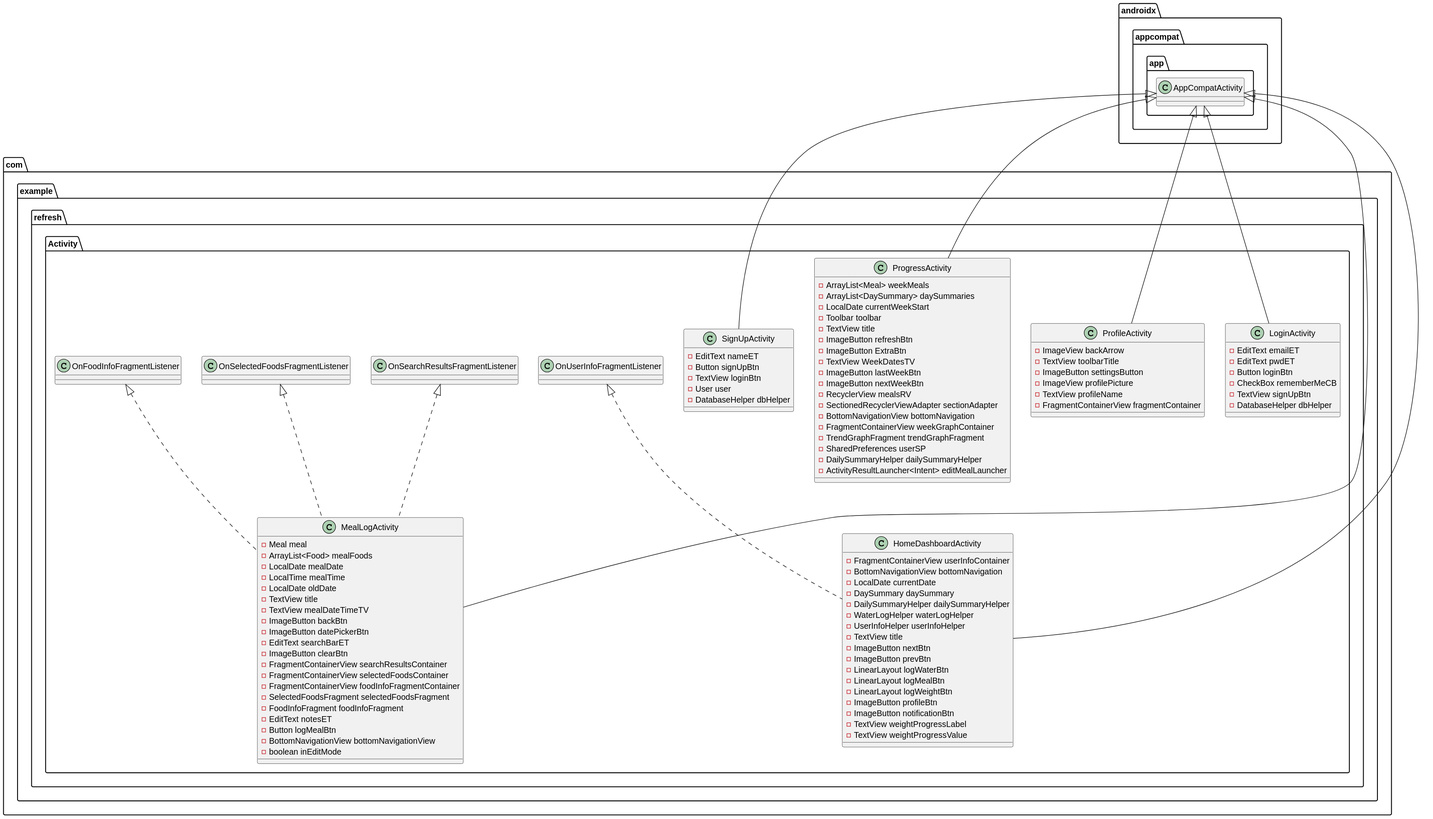
This is Project UML/ActivityUML.svg from Lumini01/Refresh, a PlantUML export, as it was before one commit.
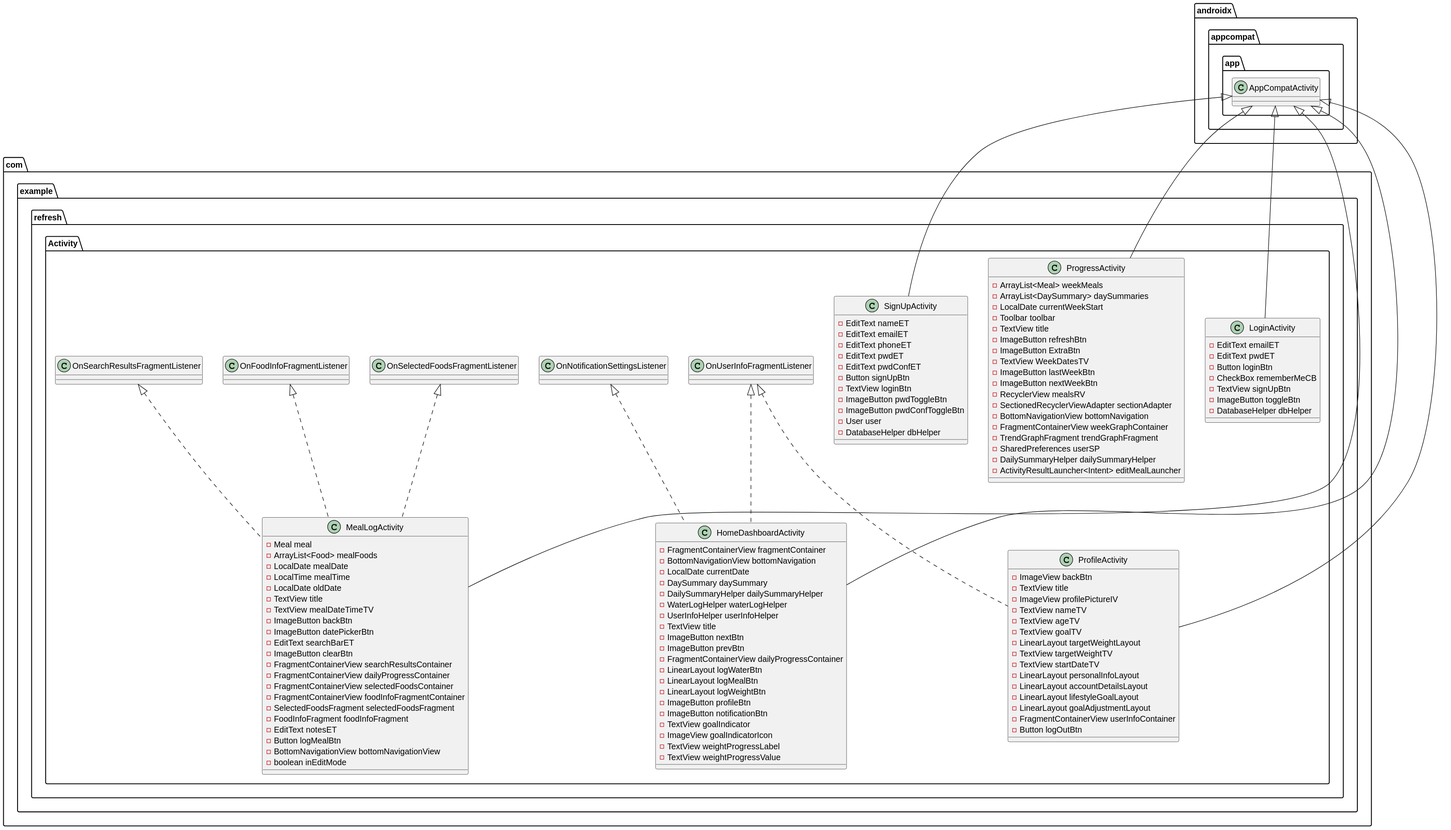
Later version of the same file.

Change to the diagram source:
```diff
@@ -22,8 +22,14 @@
 
 class com.example.refresh.Activity.SignUpActivity {
 - EditText nameET
+- EditText emailET
+- EditText phoneET
+- EditText pwdET
+- EditText pwdConfET
 - Button signUpBtn
 - TextView loginBtn
+- ImageButton pwdToggleBtn
+- ImageButton pwdConfToggleBtn
 - User user
 - DatabaseHelper dbHelper
 }
@@ -34,11 +40,12 @@
 - Button loginBtn
 - CheckBox rememberMeCB
 - TextView signUpBtn
+- ImageButton toggleBtn
 - DatabaseHelper dbHelper
 }
 
 class com.example.refresh.Activity.HomeDashboardActivity {
-- FragmentContainerView userInfoContainer
+- FragmentContainerView fragmentContainer
 - BottomNavigationView bottomNavigation
 - LocalDate currentDate
 - DaySummary daySummary
@@ -48,11 +55,14 @@
 - TextView title
 - ImageButton nextBtn
 - ImageButton prevBtn
+- FragmentContainerView dailyProgressContainer
 - LinearLayout logWaterBtn
 - LinearLayout logMealBtn
 - LinearLayout logWeightBtn
 - ImageButton profileBtn
 - ImageButton notificationBtn
+- TextView goalIndicator
+- ImageView goalIndicatorIcon
 - TextView weightProgressLabel
 - TextView weightProgressValue
 }
@@ -70,6 +80,7 @@
 - EditText searchBarET
 - ImageButton clearBtn
 - FragmentContainerView searchResultsContainer
+- FragmentContainerView dailyProgressContainer
 - FragmentContainerView selectedFoodsContainer
 - FragmentContainerView foodInfoFragmentContainer
 - SelectedFoodsFragment selectedFoodsFragment
@@ -81,12 +92,21 @@
 }
 
 class com.example.refresh.Activity.ProfileActivity {
-- ImageView backArrow
-- TextView toolbarTitle
-- ImageButton settingsButton
-- ImageView profilePicture
-- TextView profileName
-- FragmentContainerView fragmentContainer
+- ImageView backBtn
+- TextView title
+- ImageView profilePictureIV
+- TextView nameTV
+- TextView ageTV
+- TextView goalTV
+- LinearLayout targetWeightLayout
+- TextView targetWeightTV
+- TextView startDateTV
+- LinearLayout personalInfoLayout
+- LinearLayout accountDetailsLayout
+- LinearLayout lifestyleGoalLayout
+- LinearLayout goalAdjustmentLayout
+- FragmentContainerView userInfoContainer
+- Button logOutBtn
 }
 
 
@@ -95,10 +115,12 @@
 androidx.appcompat.app.AppCompatActivity <|-- com.example.refresh.Activity.SignUpActivity
 androidx.appcompat.app.AppCompatActivity <|-- com.example.refresh.Activity.LoginActivity
 com.example.refresh.Activity.OnUserInfoFragmentListener <|.. com.example.refresh.Activity.HomeDashboardActivity
+com.example.refresh.Activity.OnNotificationSettingsListener <|.. com.example.refresh.Activity.HomeDashboardActivity
 androidx.appcompat.app.AppCompatActivity <|-- com.example.refresh.Activity.HomeDashboardActivity
 com.example.refresh.Activity.OnSearchResultsFragmentListener <|.. com.example.refresh.Activity.MealLogActivity
 com.example.refresh.Activity.OnSelectedFoodsFragmentListener <|.. com.example.refresh.Activity.MealLogActivity
 com.example.refresh.Activity.OnFoodInfoFragmentListener <|.. com.example.refresh.Activity.MealLogActivity
 androidx.appcompat.app.AppCompatActivity <|-- com.example.refresh.Activity.MealLogActivity
+com.example.refresh.Activity.OnUserInfoFragmentListener <|.. com.example.refresh.Activity.ProfileActivity
 androidx.appcompat.app.AppCompatActivity <|-- com.example.refresh.Activity.ProfileActivity
 @enduml
```
